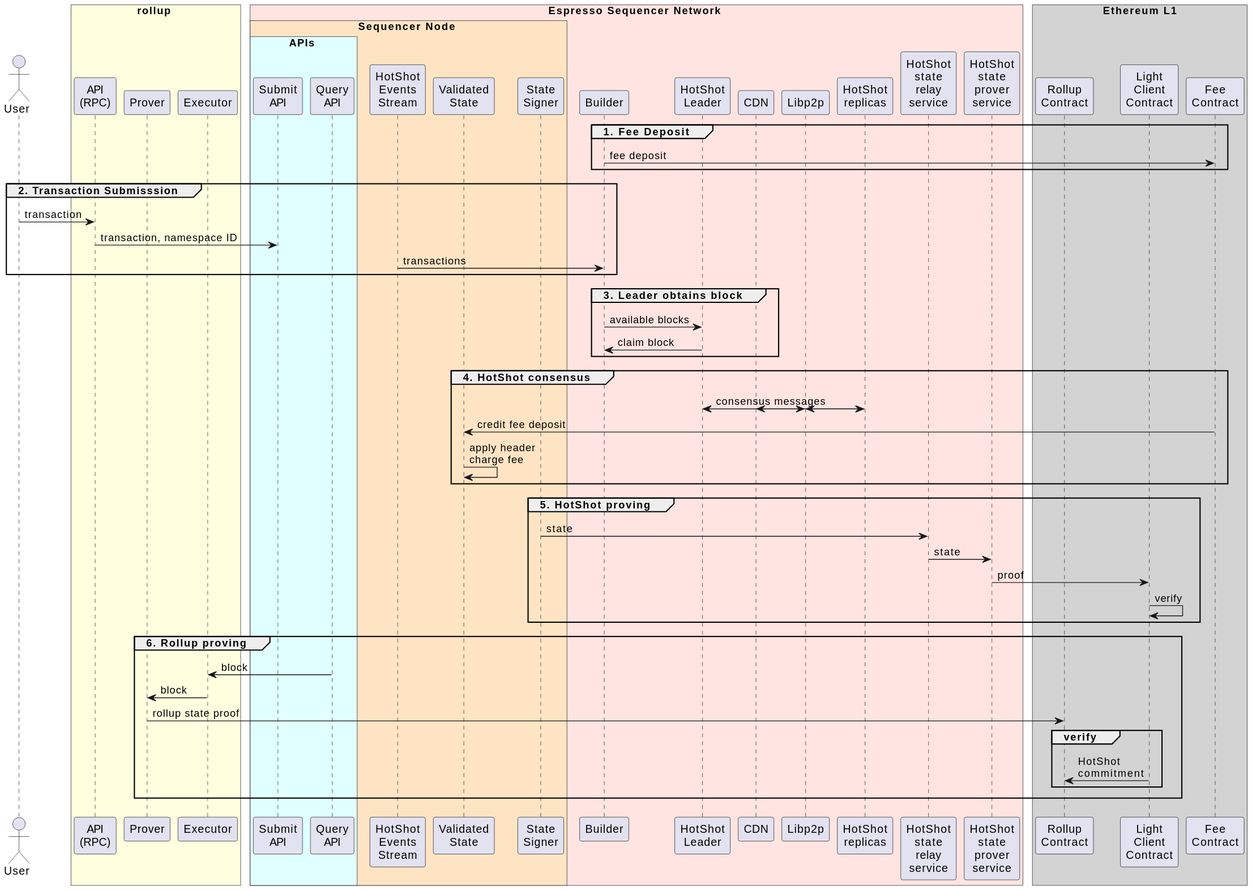
Above: doc/sequence-diagram.svg in EspressoSystems/espresso-sequencer (PlantUML), before the change.
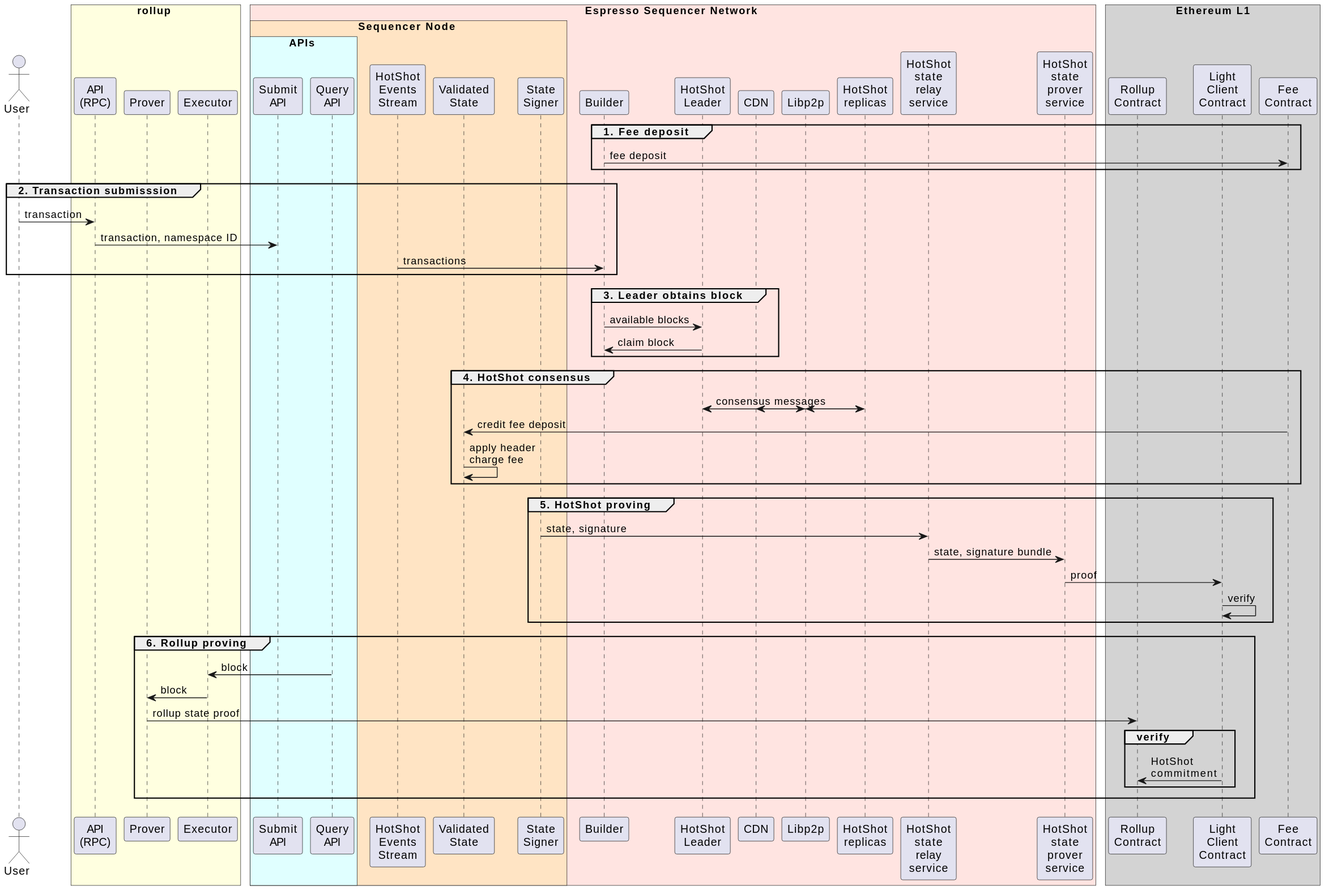
The same file after the commit.

Commit message:
Add sequence diagram step to architecture diagram

What changed in the source:
```diff
@@ -34,11 +34,11 @@
     participant "Fee\nContract" as fee
 end box
 
-group 1. Fee Deposit
+group 1. Fee deposit
     Builder -> fee: fee deposit
 end group
 
-group 2. Transaction Submisssion
+group 2. Transaction submisssion
     User -> rpc: transaction
     rpc -> submit: transaction, namespace ID
     events -> Builder: transactions
@@ -59,8 +59,8 @@
 end group
 
 group 5. HotShot proving
-    signer -> relay: state
-    relay -> prover: state
+    signer -> relay: state, signature
+    relay -> prover: state, signature bundle
     prover -> "Light\nClient\nContract" as LC: proof
     LC -> LC: verify
 end group
```
